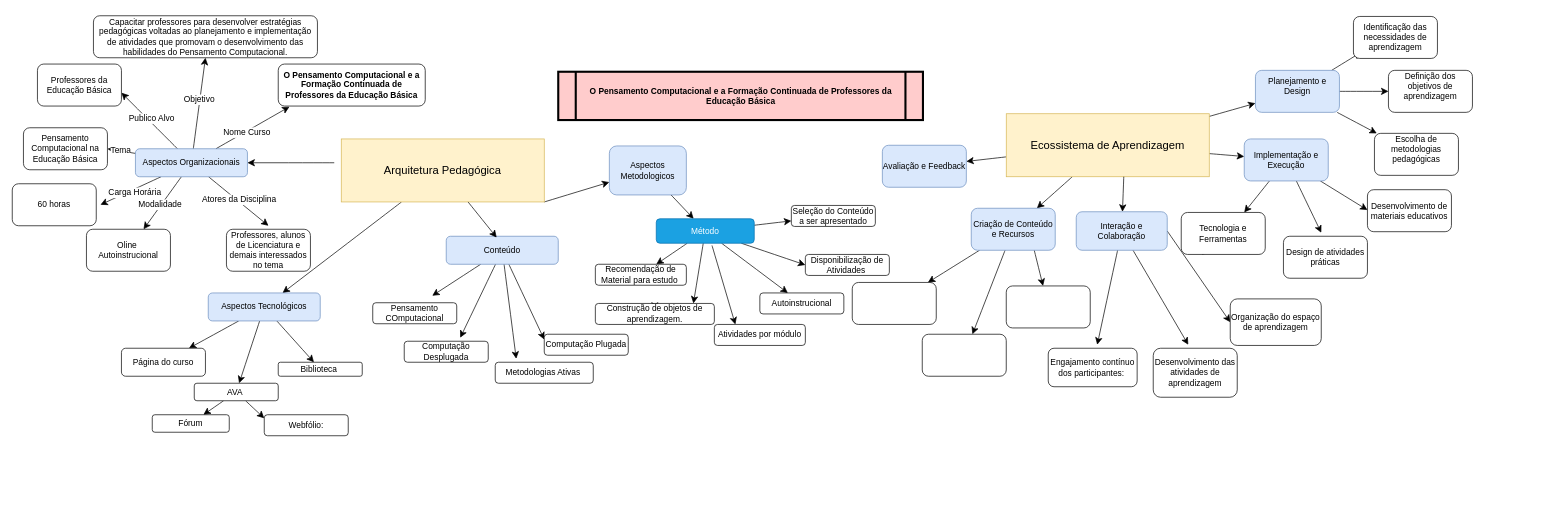
Before: Desgner Formação.drawio in RosianeSangali/RosianeSangali, a draw.io diagram. Source tidied: cells renumbered, new cells numbered last; positions are measured from the earlier drawing's top-left corner, leaving out a move shared by most shapes. Both pictures are drawn from the tidied source at 70%, with x=0, y=0 at pixel (12, 15).
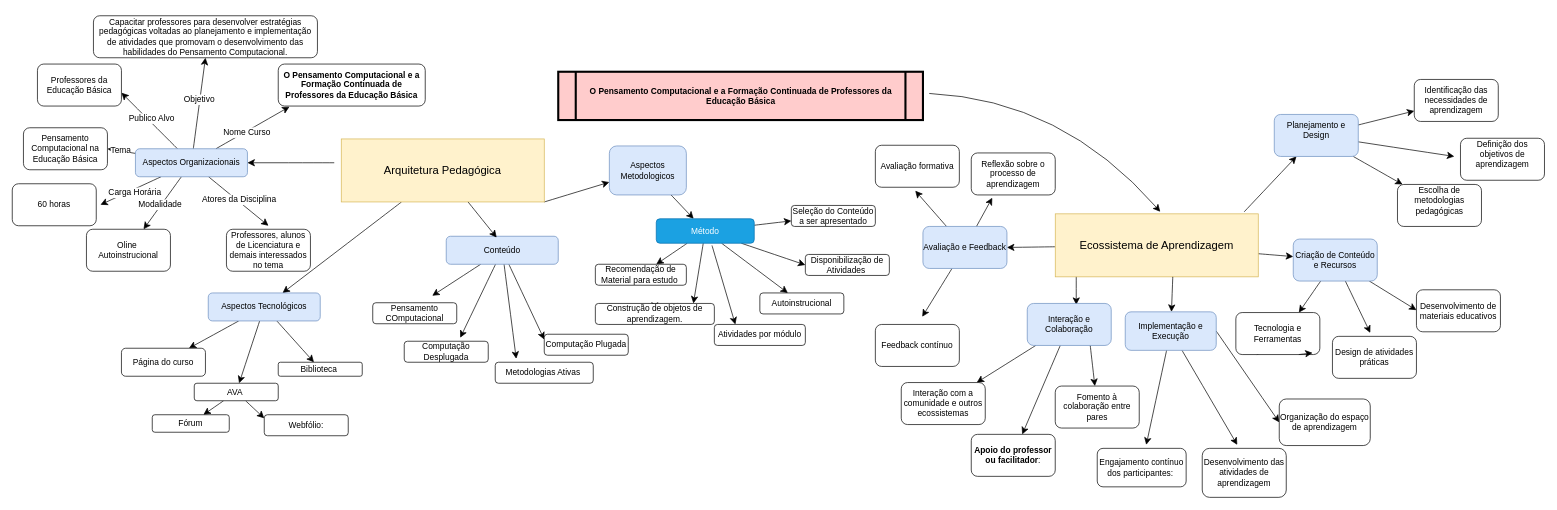
The same page after the edit.

Change to the diagram source:
```diff
@@
+    <mxCell id="104" style="edgeStyle=none;curved=1;rounded=0;orthogonalLoop=1;jettySize=auto;html=1;fontSize=12;startSize=8;endSize=8;" parent="1" edge="1">
+      <mxGeometry relative="1" as="geometry">
+        <mxPoint x="1310" y="111" as="sourcePoint" />
+        <mxPoint x="1640" y="280" as="targetPoint" />
+        <Array as="points">
+          <mxPoint x="1500" y="120" />
+        </Array>
+      </mxGeometry>
+    </mxCell>
@@
-    <mxCell id="3" style="edgeStyle=none;curved=1;rounded=0;jettySize=auto;html=1;fontSize=12;startSize=8;endSize=8;" parent="1" edge="1" source="7" target="75">
-      <mxGeometry relative="1" as="geometry" />
+    <mxCell id="3" style="edgeStyle=none;curved=1;rounded=0;jettySize=auto;html=1;fontSize=12;startSize=8;endSize=8;" parent="1" edge="1" target="75">
+      <mxGeometry relative="1" as="geometry">
+        <mxPoint x="1760" y="280" as="sourcePoint" />
+      </mxGeometry>
     </mxCell>
-    <mxCell id="4" style="edgeStyle=none;curved=1;rounded=0;jettySize=auto;html=1;fontSize=12;startSize=8;endSize=8;" parent="1" edge="1" source="7" target="79">
-      <mxGeometry relative="1" as="geometry" />
+    <mxCell id="4" style="edgeStyle=none;curved=1;rounded=0;orthogonalLoop=1;jettySize=auto;html=1;fontSize=12;startSize=8;endSize=8;" parent="1" edge="1">
+      <mxGeometry relative="1" as="geometry">
+        <mxPoint x="1520" y="370" as="sourcePoint" />
+        <mxPoint x="1520" y="413" as="targetPoint" />
+      </mxGeometry>
     </mxCell>
@@
-    <mxCell id="6" style="edgeStyle=none;curved=1;rounded=0;jettySize=auto;html=1;fontSize=12;startSize=8;endSize=8;" parent="1" edge="1" source="7" target="87">
+    <mxCell id="6" style="edgeStyle=none;curved=1;rounded=0;jettySize=auto;html=1;fontSize=12;startSize=8;endSize=8;entryX=1;entryY=0.5;entryDx=0;entryDy=0;" parent="1" edge="1" source="7" target="87">
       <mxGeometry relative="1" as="geometry" />
     </mxCell>
     <mxCell id="7" value="Ecossistema de Aprendizagem" style="text;strokeColor=#d6b656;fillColor=#fff2cc;html=1;align=center;verticalAlign=middle;whiteSpace=wrap;rounded=0;fontSize=16;" parent="1" vertex="1">
-      <mxGeometry x="1420" y="140" width="290" height="90" as="geometry" />
+      <mxGeometry x="1490" y="283" width="290" height="90" as="geometry" />
     </mxCell>
@@
     <mxCell id="72" style="edgeStyle=none;curved=1;rounded=0;jettySize=auto;html=1;fontSize=12;startSize=8;endSize=8;" parent="1" edge="1" source="75">
       <mxGeometry relative="1" as="geometry">
-        <mxPoint x="1927.2" y="52" as="targetPoint" />
+        <mxPoint x="2060.1" y="201" as="targetPoint" />
       </mxGeometry>
     </mxCell>
-    <mxCell id="73" style="edgeStyle=none;curved=1;rounded=0;jettySize=auto;html=1;fontSize=12;startSize=8;endSize=8;" parent="1" edge="1" source="75" target="89">
+    <mxCell id="73" style="edgeStyle=none;curved=1;rounded=0;jettySize=auto;html=1;fontSize=12;startSize=8;endSize=8;entryX=0;entryY=0.75;entryDx=0;entryDy=0;" parent="1" edge="1" source="75" target="88">
       <mxGeometry relative="1" as="geometry" />
     </mxCell>
@@
     <mxCell id="75" value="&#10;Planejamento e Design&#10;&#10;" style="rounded=1;whiteSpace=wrap;html=1;fillColor=#dae8fc;strokeColor=#6c8ebf;" parent="1" vertex="1">
-      <mxGeometry x="1776" y="78" width="120" height="60" as="geometry" />
+      <mxGeometry x="1802.9" y="141" width="120" height="60" as="geometry" />
     </mxCell>
@@
-    <mxCell id="79" value="Criação de Conteúdo e Recursos" style="rounded=1;whiteSpace=wrap;html=1;fillColor=#dae8fc;strokeColor=#6c8ebf;" parent="1" vertex="1">
-      <mxGeometry x="1370" y="275" width="120" height="60" as="geometry" />
+    <mxCell id="79" value="Interação e Colaboração" style="rounded=1;whiteSpace=wrap;html=1;fillColor=#dae8fc;strokeColor=#6c8ebf;" parent="1" vertex="1">
+      <mxGeometry x="1450" y="411" width="120" height="60" as="geometry" />
     </mxCell>
     <mxCell id="80" style="edgeStyle=none;curved=1;rounded=0;jettySize=auto;html=1;fontSize=12;startSize=8;endSize=8;" parent="1" edge="1" source="83">
       <mxGeometry relative="1" as="geometry">
-        <mxPoint x="1936" y="277.5" as="targetPoint" />
+        <mxPoint x="2006" y="420.5" as="targetPoint" />
       </mxGeometry>
     </mxCell>
     <mxCell id="81" style="edgeStyle=none;curved=1;rounded=0;jettySize=auto;html=1;fontSize=12;startSize=8;endSize=8;" parent="1" edge="1" source="83">
       <mxGeometry relative="1" as="geometry">
-        <mxPoint x="1870" y="310" as="targetPoint" />
+        <mxPoint x="1940" y="453" as="targetPoint" />
       </mxGeometry>
     </mxCell>
@@
-    <mxCell id="83" value="Implementação e Execução" style="rounded=1;whiteSpace=wrap;html=1;fillColor=#dae8fc;strokeColor=#6c8ebf;" parent="1" vertex="1">
-      <mxGeometry x="1760" y="176" width="120" height="60" as="geometry" />
+    <mxCell id="83" value="Criação de Conteúdo e Recursos" style="rounded=1;whiteSpace=wrap;html=1;fillColor=#dae8fc;strokeColor=#6c8ebf;" parent="1" vertex="1">
+      <mxGeometry x="1830" y="319" width="120" height="60" as="geometry" />
     </mxCell>
@@
     <mxCell id="85" style="edgeStyle=none;curved=1;rounded=0;jettySize=auto;html=1;fontSize=12;startSize=8;endSize=8;" parent="1" edge="1" source="103">
       <mxGeometry relative="1" as="geometry">
-        <mxPoint x="1680" y="470" as="targetPoint" />
+        <mxPoint x="1750" y="613" as="targetPoint" />
       </mxGeometry>
     </mxCell>
     <mxCell id="86" style="edgeStyle=none;curved=1;rounded=0;jettySize=auto;html=1;fontSize=12;startSize=8;endSize=8;" parent="1" edge="1" source="103">
       <mxGeometry relative="1" as="geometry">
-        <mxPoint x="1550" y="470" as="targetPoint" />
+        <mxPoint x="1620" y="613" as="targetPoint" />
       </mxGeometry>
     </mxCell>
+    <mxCell id="105" style="edgeStyle=none;curved=1;rounded=0;jettySize=auto;html=1;fontSize=12;startSize=8;endSize=8;" parent="1" edge="1" source="87">
+      <mxGeometry relative="1" as="geometry">
+        <mxPoint x="1290" y="250" as="targetPoint" />
+      </mxGeometry>
+    </mxCell>
+    <mxCell id="106" style="edgeStyle=none;curved=1;rounded=0;jettySize=auto;html=1;fontSize=12;startSize=8;endSize=8;" parent="1" edge="1" source="87">
+      <mxGeometry relative="1" as="geometry">
+        <mxPoint x="1400" y="260" as="targetPoint" />
+      </mxGeometry>
+    </mxCell>
+    <mxCell id="107" style="edgeStyle=none;curved=1;rounded=0;jettySize=auto;html=1;fontSize=12;startSize=8;endSize=8;" parent="1" edge="1" source="87">
+      <mxGeometry relative="1" as="geometry">
+        <mxPoint x="1300" y="430" as="targetPoint" />
+      </mxGeometry>
+    </mxCell>
     <mxCell id="87" value="Avaliação e Feedback" style="rounded=1;whiteSpace=wrap;html=1;fillColor=#dae8fc;strokeColor=#6c8ebf;" parent="1" vertex="1">
-      <mxGeometry x="1243" y="185" width="120" height="60" as="geometry" />
+      <mxGeometry x="1301" y="301" width="120" height="60" as="geometry" />
     </mxCell>
     <mxCell id="88" value="&lt;br&gt;Identificação das necessidades de aprendizagem&lt;div&gt;&lt;br&gt;&lt;/div&gt;" style="rounded=1;whiteSpace=wrap;html=1;" parent="1" vertex="1">
-      <mxGeometry x="1916" y="1" width="120" height="60" as="geometry" />
+      <mxGeometry x="2002.9" y="91" width="120" height="60" as="geometry" />
     </mxCell>
     <mxCell id="89" value="&#10;Definição dos objetivos de aprendizagem&#10;&#10;" style="rounded=1;whiteSpace=wrap;html=1;" parent="1" vertex="1">
-      <mxGeometry x="1966" y="78" width="120" height="60" as="geometry" />
+      <mxGeometry x="2068.9" y="175" width="120" height="60" as="geometry" />
     </mxCell>
     <mxCell id="90" value="&#10;Escolha de metodologias pedagógicas&#10;&#10;" style="rounded=1;whiteSpace=wrap;html=1;" parent="1" vertex="1">
-      <mxGeometry x="1946" y="168" width="120" height="60" as="geometry" />
+      <mxGeometry x="1978.9" y="241" width="120" height="60" as="geometry" />
     </mxCell>
@@
     <mxCell id="92" value="Desenvolvimento de materiais educativos" style="rounded=1;whiteSpace=wrap;html=1;" parent="1" vertex="1">
-      <mxGeometry x="1936" y="248.5" width="120" height="60" as="geometry" />
+      <mxGeometry x="2006" y="391.5" width="120" height="60" as="geometry" />
     </mxCell>
     <mxCell id="93" value="Design de atividades práticas" style="rounded=1;whiteSpace=wrap;html=1;" parent="1" vertex="1">
-      <mxGeometry x="1816" y="315" width="120" height="60" as="geometry" />
+      <mxGeometry x="1886" y="458" width="120" height="60" as="geometry" />
     </mxCell>
     <mxCell id="94" style="edgeStyle=none;curved=1;rounded=0;jettySize=auto;html=1;exitX=0.25;exitY=1;exitDx=0;exitDy=0;fontSize=12;startSize=8;endSize=8;" parent="1" edge="1" source="95">
       <mxGeometry relative="1" as="geometry">
-        <mxPoint x="1730" y="330" as="targetPoint" />
+        <mxPoint x="1800" y="473" as="targetPoint" />
       </mxGeometry>
     </mxCell>
     <mxCell id="95" value="Tecnologia e Ferramentas" style="rounded=1;whiteSpace=wrap;html=1;" parent="1" vertex="1">
-      <mxGeometry x="1670" y="281" width="120" height="60" as="geometry" />
+      <mxGeometry x="1748" y="424" width="120" height="60" as="geometry" />
     </mxCell>
     <mxCell id="96" value="Organização do espaço de aprendizagem" style="rounded=1;whiteSpace=wrap;html=1;" parent="1" vertex="1">
-      <mxGeometry x="1740" y="404.5" width="130" height="66.5" as="geometry" />
+      <mxGeometry x="1810" y="547.5" width="130" height="66.5" as="geometry" />
     </mxCell>
     <mxCell id="97" value="Desenvolvimento das atividades de aprendizagem" style="rounded=1;whiteSpace=wrap;html=1;" parent="1" vertex="1">
-      <mxGeometry x="1630" y="475" width="120" height="70" as="geometry" />
+      <mxGeometry x="1700" y="618" width="120" height="70" as="geometry" />
     </mxCell>
     <mxCell id="98" value="Engajamento contínuo dos participantes:&amp;nbsp;" style="rounded=1;whiteSpace=wrap;html=1;" parent="1" vertex="1">
-      <mxGeometry x="1480" y="475" width="127" height="55" as="geometry" />
+      <mxGeometry x="1550" y="618" width="127" height="55" as="geometry" />
     </mxCell>
-    <mxCell id="99" style="rounded=1;whiteSpace=wrap;html=1;" parent="1" vertex="1">
-      <mxGeometry x="1420" y="386" width="120" height="60" as="geometry" />
+    <mxCell id="99" value="Fomento à colaboração entre pares" style="rounded=1;whiteSpace=wrap;html=1;" parent="1" vertex="1">
+      <mxGeometry x="1490" y="529" width="120" height="60" as="geometry" />
     </mxCell>
-    <mxCell id="100" style="rounded=1;whiteSpace=wrap;html=1;" parent="1" vertex="1">
-      <mxGeometry x="1200" y="381" width="120" height="60" as="geometry" />
+    <mxCell id="100" value="Interação com a comunidade e outros ecossistemas" style="rounded=1;whiteSpace=wrap;html=1;" parent="1" vertex="1">
+      <mxGeometry x="1270" y="524" width="120" height="60" as="geometry" />
     </mxCell>
-    <mxCell id="101" style="rounded=1;whiteSpace=wrap;html=1;" parent="1" vertex="1">
-      <mxGeometry x="1300" y="455" width="120" height="60" as="geometry" />
+    <mxCell id="101" value="&lt;strong&gt;Apoio do professor ou facilitador&lt;/strong&gt;:" style="rounded=1;whiteSpace=wrap;html=1;" parent="1" vertex="1">
+      <mxGeometry x="1370" y="598" width="120" height="60" as="geometry" />
     </mxCell>
@@
-    <mxCell id="103" value="Interação e Colaboração" style="rounded=1;whiteSpace=wrap;html=1;fillColor=#dae8fc;strokeColor=#6c8ebf;" parent="1" vertex="1">
-      <mxGeometry x="1520" y="280" width="130" height="55" as="geometry" />
+    <mxCell id="103" value="Implementação e Execução" style="rounded=1;whiteSpace=wrap;html=1;fillColor=#dae8fc;strokeColor=#6c8ebf;" parent="1" vertex="1">
+      <mxGeometry x="1590" y="423" width="130" height="55" as="geometry" />
     </mxCell>
+    <mxCell id="108" value="Avaliação formativa" style="rounded=1;whiteSpace=wrap;html=1;" parent="1" vertex="1">
+      <mxGeometry x="1233" y="185" width="120" height="60" as="geometry" />
+    </mxCell>
+    <mxCell id="109" style="edgeStyle=none;curved=1;rounded=0;orthogonalLoop=1;jettySize=auto;html=1;exitX=0.75;exitY=1;exitDx=0;exitDy=0;entryX=0.913;entryY=0.96;entryDx=0;entryDy=0;entryPerimeter=0;fontSize=12;startSize=8;endSize=8;" parent="1" edge="1" source="95" target="95">
+      <mxGeometry relative="1" as="geometry" />
+    </mxCell>
+    <mxCell id="110" value="Reflexão sobre o processo de aprendizagem" style="rounded=1;whiteSpace=wrap;html=1;" parent="1" vertex="1">
+      <mxGeometry x="1370" y="196" width="120" height="60" as="geometry" />
+    </mxCell>
+    <mxCell id="111" value="Feedback contínuo" style="rounded=1;whiteSpace=wrap;html=1;" parent="1" vertex="1">
+      <mxGeometry x="1233" y="441" width="120" height="60" as="geometry" />
+    </mxCell>
```
